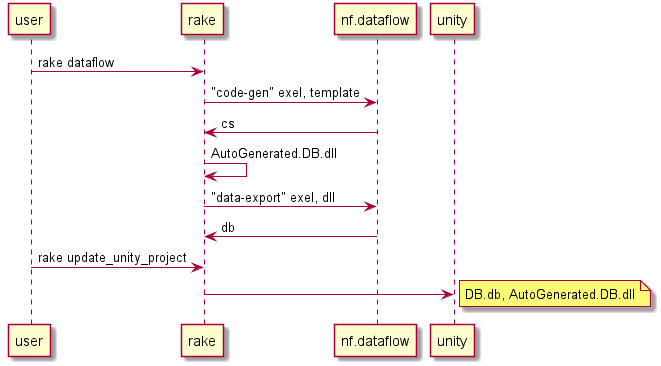
Before: flow.png, a diagram exported from PlantUML (netpyoung/nf.data-flow).
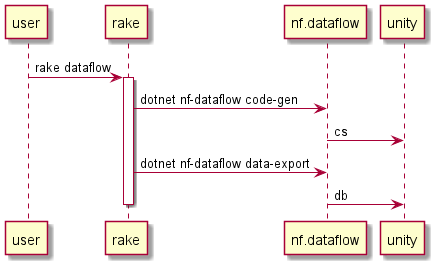
Above is the later version.

The edit, as a diff of the source:
```diff
@@ -1,19 +1,11 @@
 @startuml
 
 user -> rake : rake dataflow
+activate rake
+rake -> nf.dataflow : dotnet nf-dataflow code-gen
+nf.dataflow -> unity : cs
+rake -> nf.dataflow : dotnet nf-dataflow data-export
+nf.dataflow -> unity : db
+deactivate
 
-rake -> nf.dataflow : "code-gen" exel, template
-rake <- nf.dataflow : cs
-
-rake -> rake : AutoGenerated.DB.dll
-
-rake -> nf.dataflow : "data-export" exel, dll
-rake <- nf.dataflow : db
-
-user -> rake : rake update_unity_project
-
-rake -> unity
-note right
-DB.db, AutoGenerated.DB.dll
-end note
 @enduml
```
